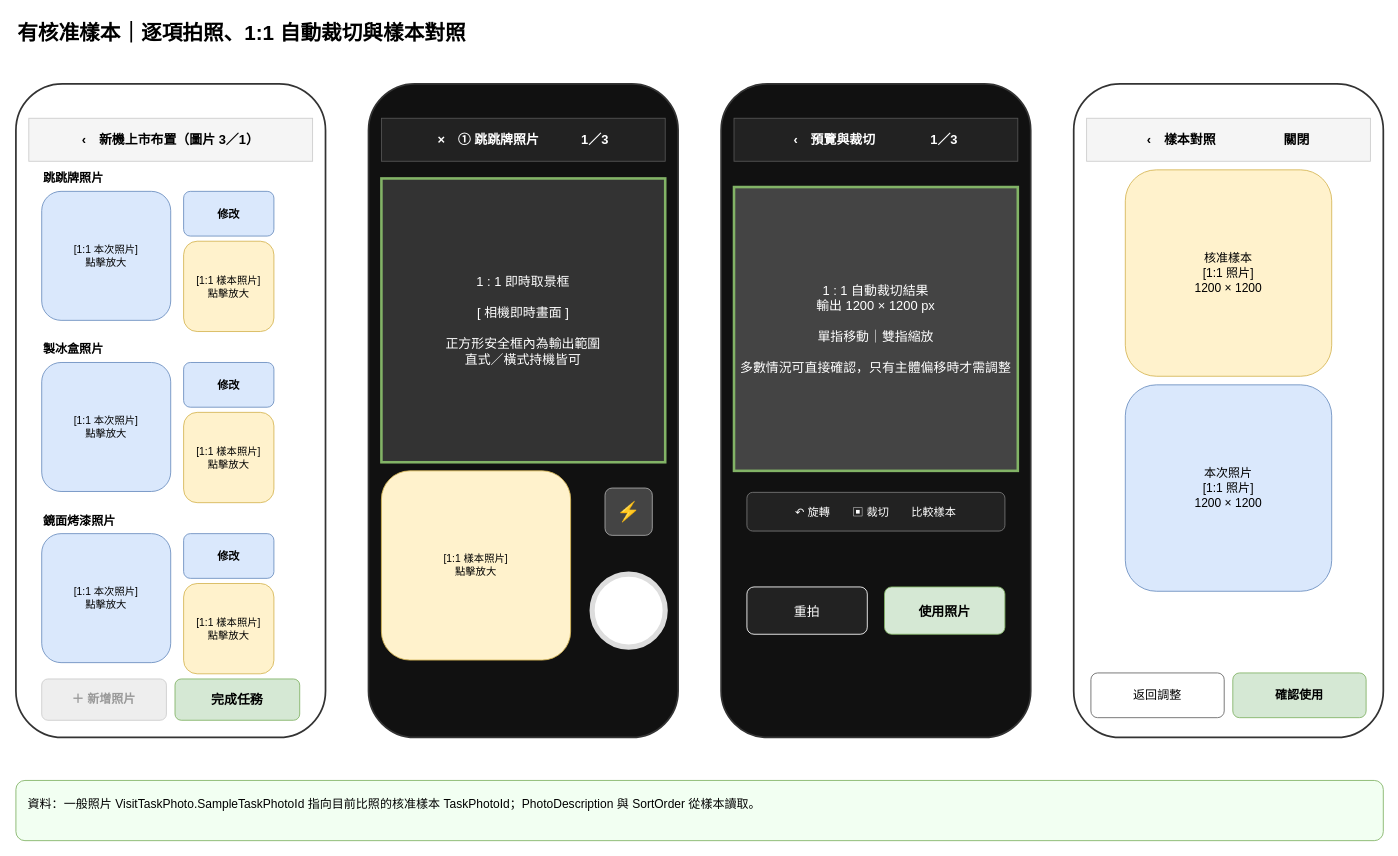
This is page "02_有樣本_拍照與預覽" (3 of 5) of Codex筆記/LGSale_UI_PHOTO.drawio from tim5612/LGSaleOut, a draw.io file, before an edit. Source tidied: cells renumbered, new cells numbered last; positions are measured from the earlier drawing's top-left corner, leaving out a move shared by most shapes. Both pictures are drawn from the tidied source at 86%, with x=0, y=0 at pixel (15, 15).
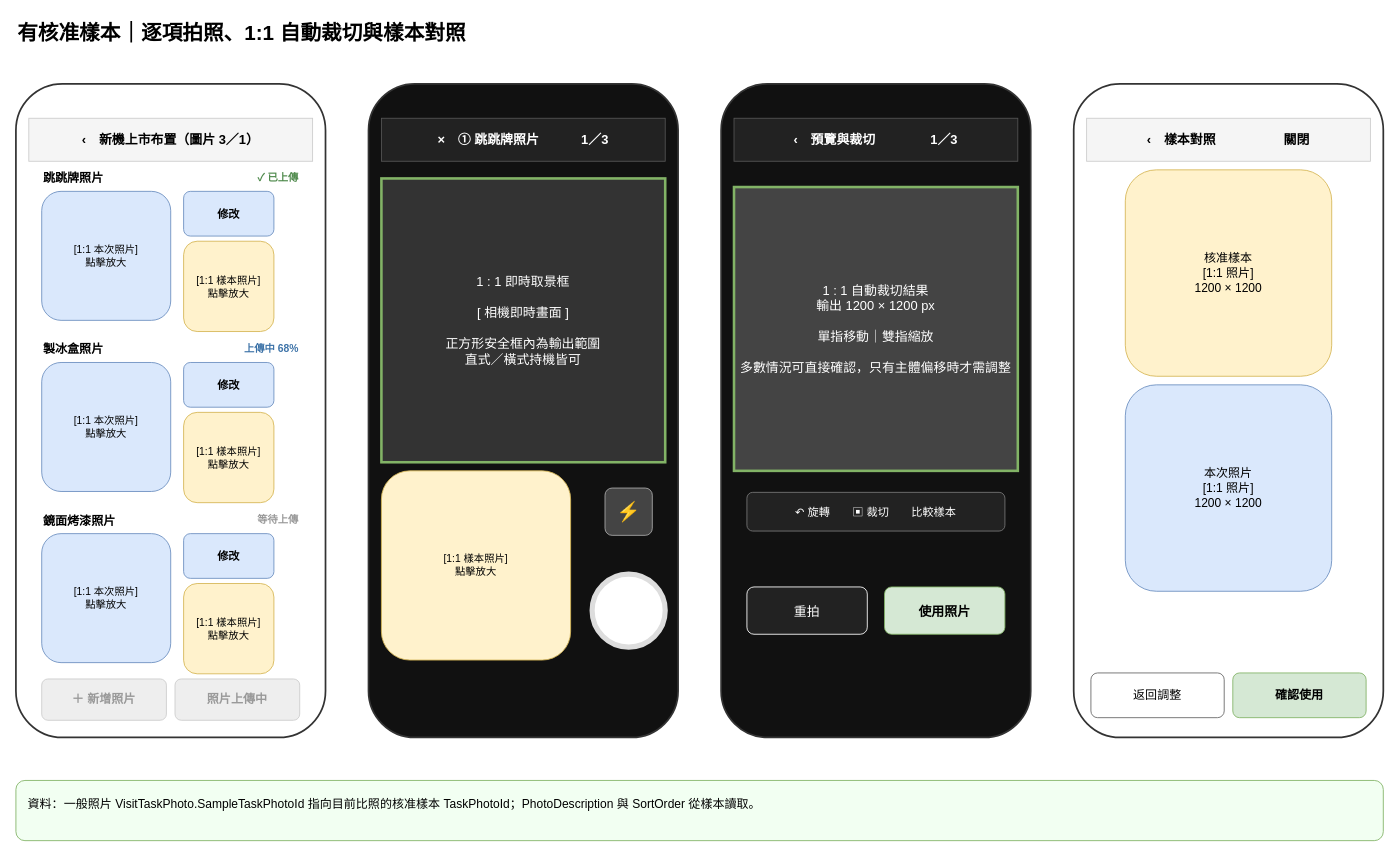
The same diagram, later.

Change to the diagram source:
```diff
@@
-    <mxCell id="6" value="完成任務" style="rounded=1;whiteSpace=wrap;html=1;fillColor=#d5e8d4;strokeColor=#82b366;fontStyle=1;fontSize=15;" parent="1" vertex="1">
+    <mxCell id="6" value="照片上傳中" style="rounded=1;whiteSpace=wrap;html=1;fillColor=#eeeeee;strokeColor=#cccccc;fontColor=#999999;fontStyle=1;fontSize=14;" parent="1" vertex="1">
       <mxGeometry x="185" y="772" width="145" height="48" as="geometry" />
     </mxCell>
@@
+    <mxCell id="38" value="✓ 已上傳" style="text;html=1;fontStyle=1;fontColor=#4f8a4c;fontSize=12;align=right;" parent="1" vertex="1">
+      <mxGeometry x="215" y="175" width="115" height="22" as="geometry" />
+    </mxCell>
@@
+    <mxCell id="39" value="上傳中 68%" style="text;html=1;fontStyle=1;fontColor=#3d73a8;fontSize=12;align=right;" parent="1" vertex="1">
+      <mxGeometry x="215" y="374" width="115" height="22" as="geometry" />
+    </mxCell>
@@
+    <mxCell id="40" value="等待上傳" style="text;html=1;fontStyle=1;fontColor=#999999;fontSize=12;align=right;" parent="1" vertex="1">
+      <mxGeometry x="215" y="573" width="115" height="22" as="geometry" />
+    </mxCell>
```
